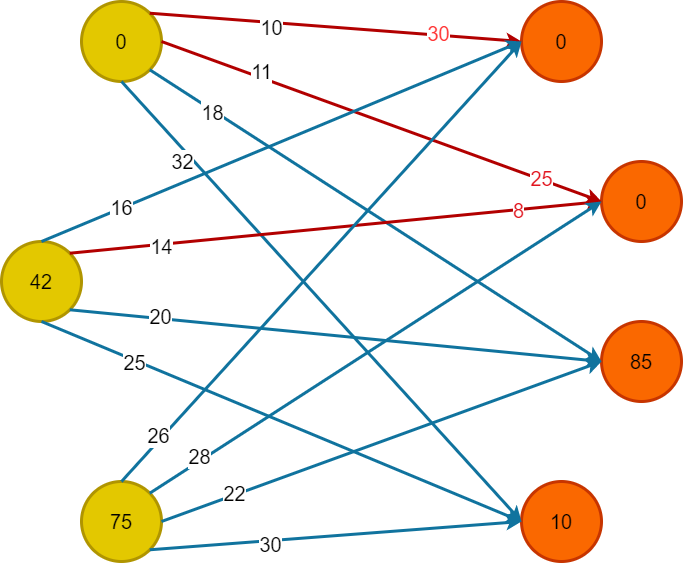
This is Диаграмма без названия.drawio.png from Che10vec/temp, a draw.io export, as it was before one commit. Source tidied: cells renumbered, new cells last; positions are measured from the earlier drawing's top-left corner, leaving out a move shared by most shapes.
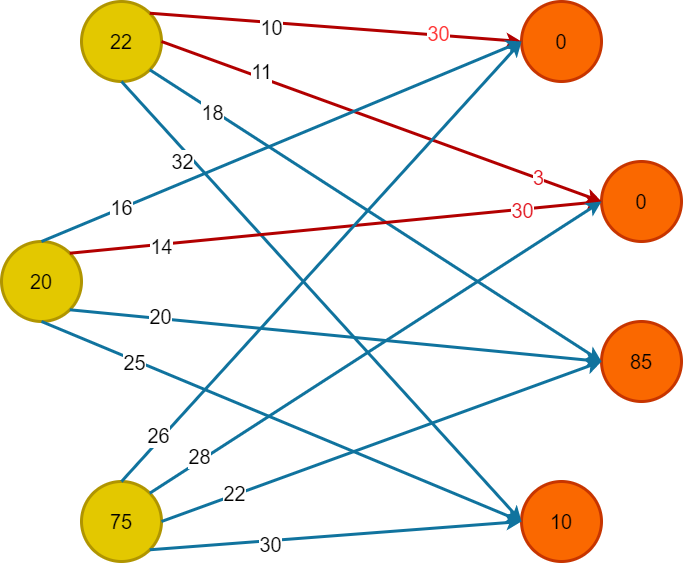
After the change.

The edit, as a diff of the source:
```diff
@@ -2,13 +2,13 @@
   <root>
     <mxCell id="0" />
     <mxCell id="1" parent="0" />
-    <mxCell id="2" value="0" style="ellipse;whiteSpace=wrap;html=1;fillColor=#e3c800;strokeColor=#B09500;strokeWidth=3;fontColor=#000000;fontSize=20;" parent="1" vertex="1">
+    <mxCell id="2" value="22" style="ellipse;whiteSpace=wrap;html=1;fillColor=#e3c800;strokeColor=#B09500;strokeWidth=3;fontColor=#000000;fontSize=20;" parent="1" vertex="1">
       <mxGeometry x="80" width="80" height="80" as="geometry" />
     </mxCell>
     <mxCell id="3" value="0" style="ellipse;whiteSpace=wrap;html=1;strokeWidth=3;fillColor=#fa6800;strokeColor=#C73500;fontColor=#000000;fontSize=20;" parent="1" vertex="1">
       <mxGeometry x="520" width="80" height="80" as="geometry" />
     </mxCell>
-    <mxCell id="4" value="42" style="ellipse;whiteSpace=wrap;html=1;fillColor=#e3c800;strokeColor=#B09500;strokeWidth=3;fontColor=#000000;fontSize=20;" parent="1" vertex="1">
+    <mxCell id="4" value="20" style="ellipse;whiteSpace=wrap;html=1;fillColor=#e3c800;strokeColor=#B09500;strokeWidth=3;fontColor=#000000;fontSize=20;" parent="1" vertex="1">
       <mxGeometry y="240" width="80" height="80" as="geometry" />
     </mxCell>
     <mxCell id="5" value="0" style="ellipse;whiteSpace=wrap;html=1;strokeWidth=3;fillColor=#fa6800;strokeColor=#C73500;fontColor=#000000;fontSize=20;" parent="1" vertex="1">
@@ -42,9 +42,9 @@
         <mxPoint x="-40" y="-16" as="offset" />
       </mxGeometry>
     </mxCell>
-    <mxCell id="14" value="25" style="edgeLabel;html=1;align=center;verticalAlign=middle;fontColor=#e1141e;rotation=0;fontSize=20;" parent="12" vertex="1">
-      <mxGeometry x="0.72" y="1" relative="1" as="geometry" />
-    </mxCell>
+    <mxCell id="36" value="3" style="edgeLabel;html=1;align=center;verticalAlign=middle;fontSize=20;fontColor=#e1141e;" parent="12" vertex="1">
+      <mxGeometry x="0.71" y="1" relative="1" as="geometry" />
+    </mxCell>
     <mxCell id="15" style="endArrow=classic;html=1;rounded=0;exitX=0.5;exitY=1;exitDx=0;exitDy=0;entryX=0;entryY=0.5;entryDx=0;entryDy=0;fillColor=#b1ddf0;strokeColor=#10739e;strokeWidth=3;fontSize=20;" parent="1" edge="1" source="2" target="8">
       <mxGeometry relative="1" as="geometry" />
     </mxCell>
@@ -89,9 +89,9 @@
     <mxCell id="26" value="14" style="edgeLabel;html=1;align=center;verticalAlign=middle;fontSize=20;" parent="25" vertex="1">
       <mxGeometry x="-0.66" y="-2" relative="1" as="geometry" />
     </mxCell>
-    <mxCell id="27" value="8" style="edgeLabel;html=1;align=center;verticalAlign=middle;fontSize=20;fontColor=#e1141e;" parent="25" vertex="1">
-      <mxGeometry x="0.68" relative="1" as="geometry" />
-    </mxCell>
+    <mxCell id="37" value="30" style="edgeLabel;html=1;align=center;verticalAlign=middle;fontSize=20;fontColor=#e1141e;" parent="25" vertex="1">
+      <mxGeometry x="0.7" y="-1" relative="1" as="geometry" />
+    </mxCell>
     <mxCell id="28" style="endArrow=classic;html=1;rounded=0;exitX=1;exitY=1;exitDx=0;exitDy=0;entryX=0;entryY=0.5;entryDx=0;entryDy=0;fillColor=#b1ddf0;strokeColor=#10739e;strokeWidth=3;fontSize=20;" parent="1" edge="1" source="4" target="6">
       <mxGeometry relative="1" as="geometry" />
     </mxCell>
```
